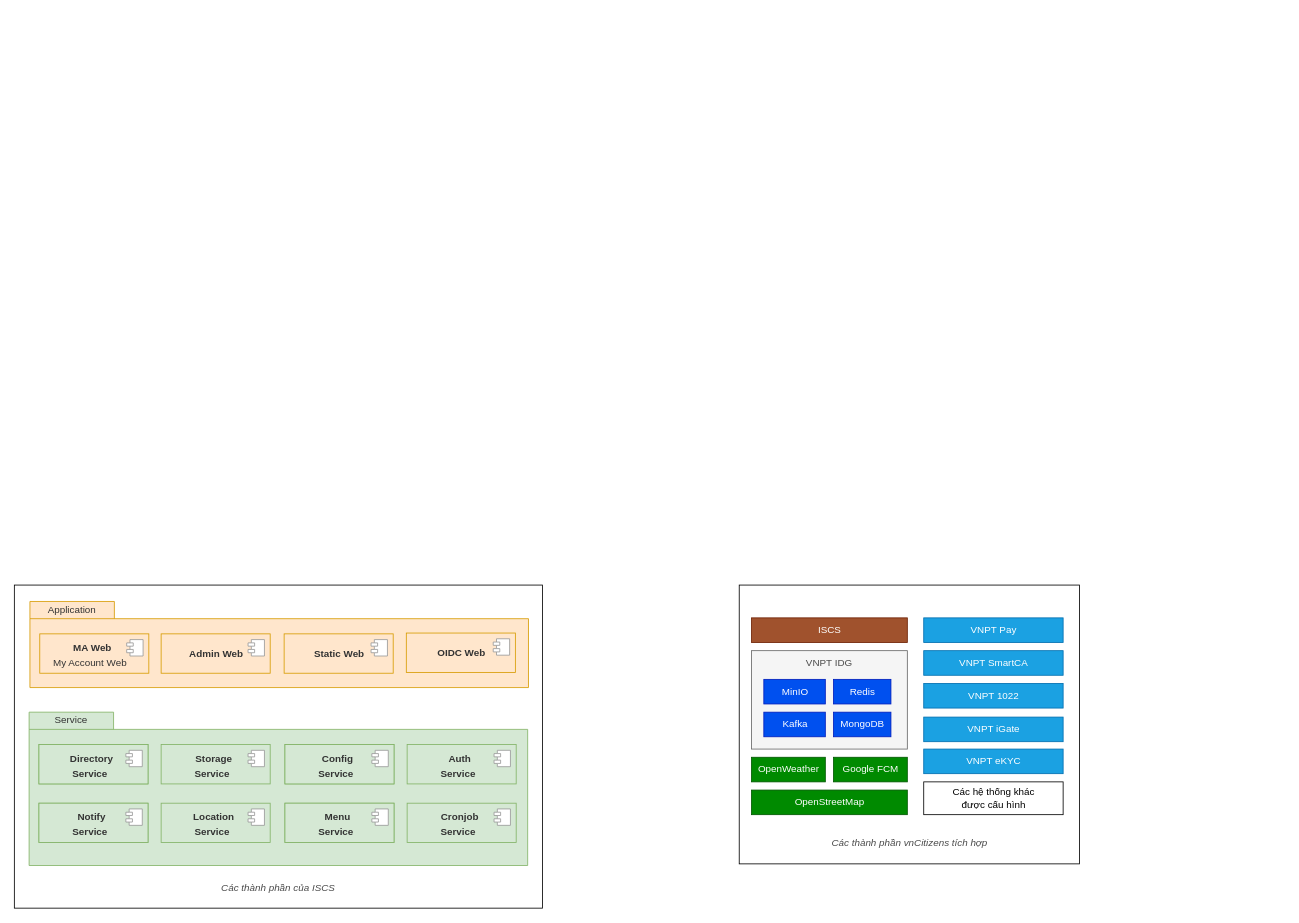
This is iscs.drawio from mitgaming/drawio, a draw.io file, before an edit. Source tidied: cells renumbered, new cells numbered last; positions are measured from the earlier drawing's top-left corner, leaving out a move shared by most shapes. Both pictures are drawn from the tidied source at 82%, with x=0, y=0 at pixel (14, 585).
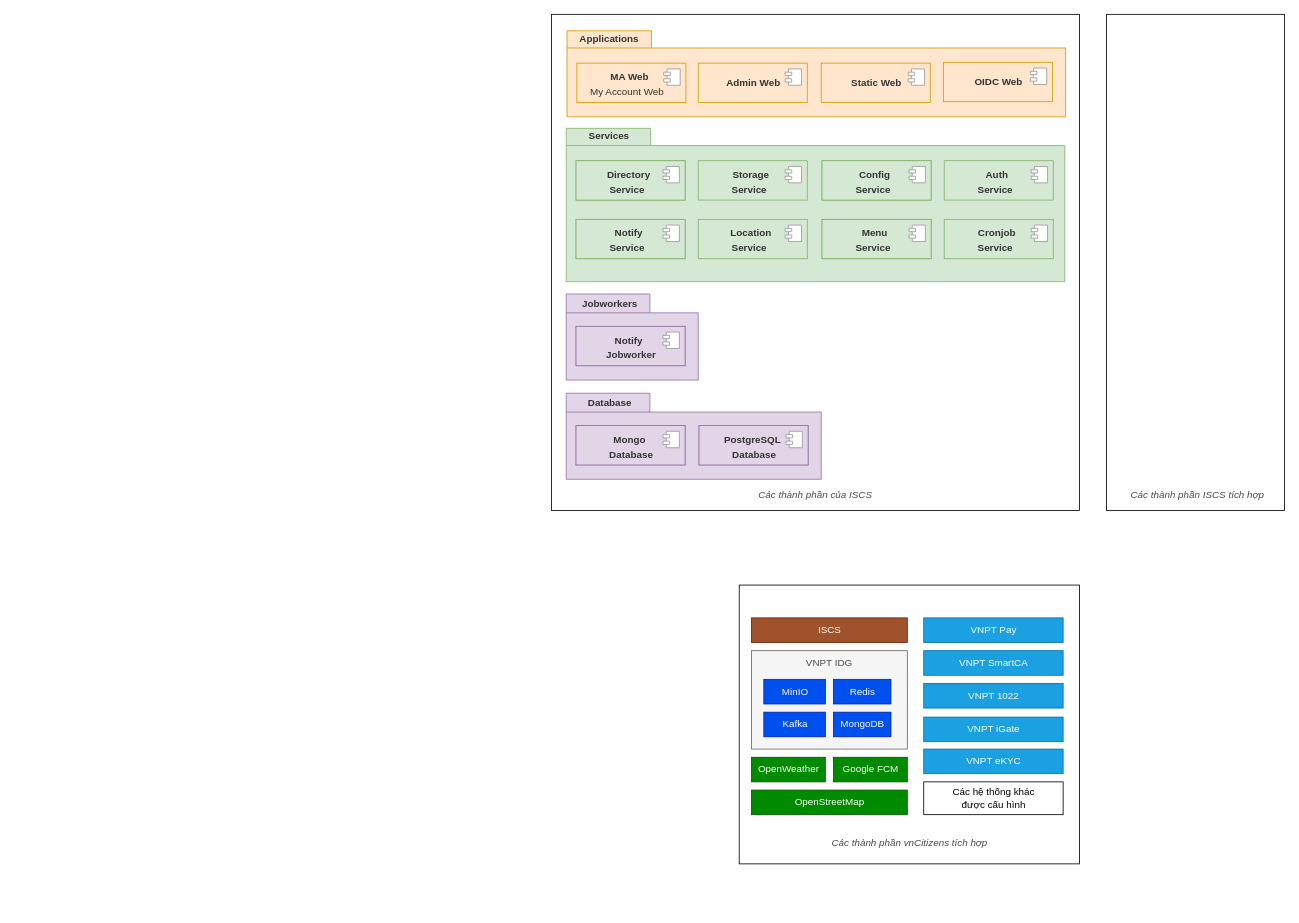
The same page after the edit.

Change to the diagram source:
```diff
@@
     <mxCell id="4" style="rounded=0;whiteSpace=wrap;html=1;" parent="1" vertex="1">
-      <mxGeometry width="644" height="394" as="geometry" />
+      <mxGeometry x="655" y="-696" width="644" height="605" as="geometry" />
     </mxCell>
@@
     <mxCell id="9" value="Các thành phần của ISCS" style="text;html=1;strokeColor=none;fillColor=none;align=center;verticalAlign=middle;whiteSpace=wrap;rounded=0;fontColor=#4A4A4A;fontStyle=2;" parent="1" vertex="1">
-      <mxGeometry x="227" y="355" width="190" height="30" as="geometry" />
+      <mxGeometry x="882" y="-125" width="190" height="30" as="geometry" />
     </mxCell>
@@
     <mxCell id="22" style="group;" parent="1" vertex="1">
-      <mxGeometry x="19" y="20" width="718" height="126" as="geometry" />
+      <mxGeometry x="674" y="-676" width="718" height="126" as="geometry" />
     </mxCell>
@@
-    <mxCell id="24" value="&lt;span style=&quot;color: rgb(51 , 51 , 51)&quot;&gt;Application&lt;/span&gt;" style="text;html=1;align=center;verticalAlign=middle;strokeColor=none;fillColor=none;" parent="22" vertex="1">
-      <mxGeometry x="16" y="1" width="69" height="18" as="geometry" />
+    <mxCell id="24" value="&lt;span style=&quot;color: rgb(51 , 51 , 51)&quot;&gt;&lt;b&gt;Applications&lt;/b&gt;&lt;/span&gt;" style="text;html=1;align=center;verticalAlign=middle;strokeColor=none;fillColor=none;" parent="22" vertex="1">
+      <mxGeometry x="10" y="1" width="82" height="18" as="geometry" />
     </mxCell>
@@
     <mxCell id="42" style="group;" parent="1" vertex="1">
-      <mxGeometry x="18" y="155" width="718" height="187" as="geometry" />
+      <mxGeometry x="673" y="-557" width="718" height="187" as="geometry" />
     </mxCell>
@@
-    <mxCell id="44" value="&lt;span style=&quot;color: rgb(51 , 51 , 51)&quot;&gt;Service&lt;/span&gt;" style="text;html=1;align=center;verticalAlign=middle;strokeColor=none;fillColor=none;" parent="42" vertex="1">
-      <mxGeometry x="26" y="1" width="50" height="18" as="geometry" />
+    <mxCell id="44" value="&lt;span style=&quot;color: rgb(51 , 51 , 51)&quot;&gt;&lt;b&gt;Services&lt;/b&gt;&lt;/span&gt;" style="text;html=1;align=center;verticalAlign=middle;strokeColor=none;fillColor=none;" parent="42" vertex="1">
+      <mxGeometry x="22" y="1" width="59" height="18" as="geometry" />
     </mxCell>
@@
+    <mxCell id="89" style="group;" parent="1" vertex="1">
+      <mxGeometry x="673" y="-355" width="718" height="126" as="geometry" />
+    </mxCell>
+    <mxCell id="90" style="shape=folder;fontStyle=1;spacingTop=10;tabWidth=102;tabHeight=23;tabPosition=left;html=1;strokeColor=#9673a6;fillColor=#e1d5e7;" parent="89" vertex="1">
+      <mxGeometry width="161" height="105" as="geometry" />
+    </mxCell>
+    <mxCell id="91" value="&lt;span style=&quot;color: rgb(51 , 51 , 51)&quot;&gt;&lt;b&gt;Jobworkers&lt;/b&gt;&lt;/span&gt;" style="text;html=1;align=center;verticalAlign=middle;strokeColor=none;fillColor=none;" parent="89" vertex="1">
+      <mxGeometry x="14" y="3" width="77" height="18" as="geometry" />
+    </mxCell>
+    <mxCell id="92" style="group;fillColor=#e1d5e7;strokeColor=#9673a6;" parent="89" vertex="1">
+      <mxGeometry x="12" y="39.5" width="133" height="48" as="geometry" />
+    </mxCell>
+    <mxCell id="93" value="&lt;p style=&quot;line-height: 0.7&quot;&gt;&lt;/p&gt;&lt;h2 style=&quot;font-size: 13px&quot;&gt;&lt;br&gt;&lt;/h2&gt;&lt;p&gt;&lt;/p&gt;" style="html=1;strokeColor=#9673a6;fillColor=#e1d5e7;" parent="92" vertex="1">
+      <mxGeometry width="133" height="48" as="geometry" />
+    </mxCell>
+    <mxCell id="94" style="shape=module;jettyWidth=8;jettyHeight=4;strokeColor=#999999;" parent="93" vertex="1">
+      <mxGeometry x="1" width="20" height="20" relative="1" as="geometry">
+        <mxPoint x="-27" y="7" as="offset" />
+      </mxGeometry>
+    </mxCell>
+    <mxCell id="95" value="&lt;span style=&quot;color: rgb(51 , 51 , 51)&quot;&gt;&lt;b&gt;Notify&lt;/b&gt;&lt;/span&gt;" style="text;html=1;align=center;verticalAlign=middle;strokeColor=none;fillColor=none;" parent="92" vertex="1">
+      <mxGeometry x="42" y="8" width="44" height="18" as="geometry" />
+    </mxCell>
+    <mxCell id="96" value="&lt;b style=&quot;color: rgb(51 , 51 , 51)&quot;&gt;Jobworker&lt;/b&gt;" style="text;html=1;align=center;verticalAlign=middle;strokeColor=none;fillColor=none;" parent="92" vertex="1">
+      <mxGeometry x="31" y="26" width="71" height="18" as="geometry" />
+    </mxCell>
+    <mxCell id="97" style="group;" parent="1" vertex="1">
+      <mxGeometry x="673" y="-234" width="718" height="126" as="geometry" />
+    </mxCell>
+    <mxCell id="98" style="shape=folder;fontStyle=1;spacingTop=10;tabWidth=102;tabHeight=23;tabPosition=left;html=1;strokeColor=#9673a6;fillColor=#e1d5e7;" parent="97" vertex="1">
+      <mxGeometry width="311" height="105" as="geometry" />
+    </mxCell>
+    <mxCell id="99" value="&lt;span style=&quot;color: rgb(51 , 51 , 51)&quot;&gt;&lt;b&gt;Database&lt;/b&gt;&lt;/span&gt;" style="text;html=1;align=center;verticalAlign=middle;strokeColor=none;fillColor=none;" parent="97" vertex="1">
+      <mxGeometry x="21" y="3" width="63" height="18" as="geometry" />
+    </mxCell>
+    <mxCell id="100" style="group;" parent="97" vertex="1">
+      <mxGeometry x="12" y="39.5" width="133" height="48" as="geometry" />
+    </mxCell>
+    <mxCell id="101" style="group;fillColor=#e1d5e7;strokeColor=#9673a6;" parent="100" vertex="1">
+      <mxGeometry width="133" height="48" as="geometry" />
+    </mxCell>
+    <mxCell id="102" value="&lt;p style=&quot;line-height: 0.7&quot;&gt;&lt;/p&gt;&lt;h2 style=&quot;font-size: 13px&quot;&gt;&lt;br&gt;&lt;/h2&gt;&lt;p&gt;&lt;/p&gt;" style="html=1;strokeColor=#9673a6;fillColor=#e1d5e7;" parent="101" vertex="1">
+      <mxGeometry width="133" height="48" as="geometry" />
+    </mxCell>
+    <mxCell id="103" style="shape=module;jettyWidth=8;jettyHeight=4;strokeColor=#999999;" parent="102" vertex="1">
+      <mxGeometry x="1" width="20" height="20" relative="1" as="geometry">
+        <mxPoint x="-27" y="7" as="offset" />
+      </mxGeometry>
+    </mxCell>
+    <mxCell id="104" value="&lt;span style=&quot;color: rgb(51 , 51 , 51)&quot;&gt;&lt;b&gt;Mongo&lt;/b&gt;&lt;/span&gt;" style="text;html=1;align=center;verticalAlign=middle;strokeColor=none;fillColor=none;" parent="101" vertex="1">
+      <mxGeometry x="40" y="8" width="49" height="18" as="geometry" />
+    </mxCell>
+    <mxCell id="105" value="&lt;b style=&quot;color: rgb(51 , 51 , 51)&quot;&gt;Database&lt;/b&gt;" style="text;html=1;align=center;verticalAlign=middle;strokeColor=none;fillColor=none;" parent="100" vertex="1">
+      <mxGeometry x="35" y="27.5" width="63" height="18" as="geometry" />
+    </mxCell>
+    <mxCell id="106" style="group;" parent="97" vertex="1">
+      <mxGeometry x="162" y="39.5" width="133" height="48" as="geometry" />
+    </mxCell>
+    <mxCell id="107" style="group;fillColor=#e1d5e7;strokeColor=#9673a6;" parent="106" vertex="1">
+      <mxGeometry width="133" height="48" as="geometry" />
+    </mxCell>
+    <mxCell id="108" value="&lt;p style=&quot;line-height: 0.7&quot;&gt;&lt;/p&gt;&lt;h2 style=&quot;font-size: 13px&quot;&gt;&lt;br&gt;&lt;/h2&gt;&lt;p&gt;&lt;/p&gt;" style="html=1;strokeColor=#9673a6;fillColor=#e1d5e7;" parent="107" vertex="1">
+      <mxGeometry width="133" height="48" as="geometry" />
+    </mxCell>
+    <mxCell id="109" style="shape=module;jettyWidth=8;jettyHeight=4;strokeColor=#999999;" parent="108" vertex="1">
+      <mxGeometry x="1" width="20" height="20" relative="1" as="geometry">
+        <mxPoint x="-27" y="7" as="offset" />
+      </mxGeometry>
+    </mxCell>
+    <mxCell id="110" value="&lt;font color=&quot;#333333&quot;&gt;&lt;b&gt;PostgreSQL&lt;/b&gt;&lt;/font&gt;" style="text;html=1;align=center;verticalAlign=middle;strokeColor=none;fillColor=none;" parent="107" vertex="1">
+      <mxGeometry x="25" y="8" width="79" height="18" as="geometry" />
+    </mxCell>
+    <mxCell id="111" value="&lt;b style=&quot;color: rgb(51 , 51 , 51)&quot;&gt;Database&lt;/b&gt;" style="text;html=1;align=center;verticalAlign=middle;strokeColor=none;fillColor=none;" parent="106" vertex="1">
+      <mxGeometry x="35" y="27.5" width="63" height="18" as="geometry" />
+    </mxCell>
+    <mxCell id="112" style="rounded=0;whiteSpace=wrap;html=1;" parent="1" vertex="1">
+      <mxGeometry x="1332" y="-696" width="217" height="605" as="geometry" />
+    </mxCell>
+    <mxCell id="113" value="Các thành phần ISCS tích hợp" style="text;html=1;strokeColor=none;fillColor=none;align=center;verticalAlign=middle;whiteSpace=wrap;rounded=0;fontColor=#4A4A4A;fontStyle=2;" parent="1" vertex="1">
+      <mxGeometry x="1348" y="-125" width="190" height="30" as="geometry" />
+    </mxCell>
```
